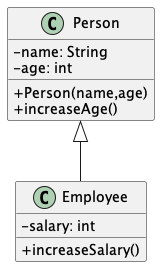
This is img/1/person.png from se2p/se2022, a PlantUML export, as it was before one commit.
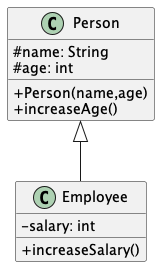
After the commit.

Diff of the diagram source:
```diff
@@ -2,8 +2,8 @@
 skinparam classAttributeIconSize 0
 
 class Person {
- -name: String
- -age: int
+ #name: String
+ #age: int
  +Person(name,age)
  +increaseAge()
 }
```
